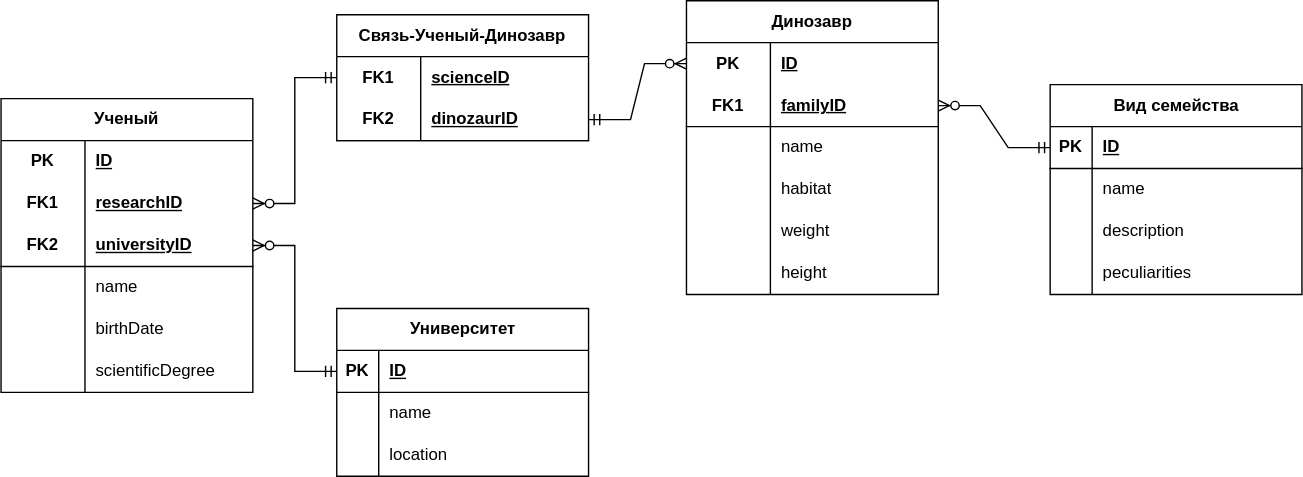
This is DataScience/lab1/bd.drawio.svg from yargames1/ITMO, a draw.io export, as it was before one commit. Source tidied: cells renumbered, new cells last; positions are measured from the earlier drawing's top-left corner, leaving out a move shared by most shapes.
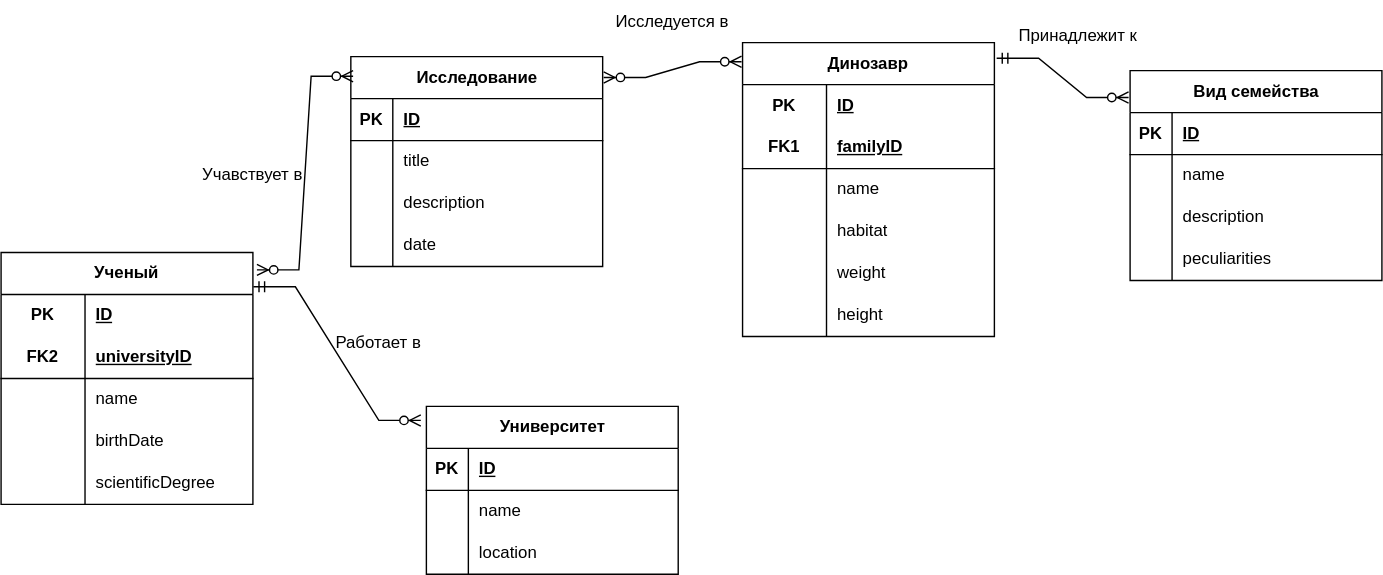
Later version of the same file.

Diff of the diagram source:
```diff
@@ -3,7 +3,7 @@
     <mxCell id="0" />
     <mxCell id="1" parent="0" />
     <mxCell id="2" value="Университет" style="shape=table;startSize=30;rowLines=0;fontStyle=1;align=center;html=1;" parent="1" vertex="1">
-      <mxGeometry x="240" y="220" width="180" height="120" as="geometry" />
+      <mxGeometry x="294" y="290" width="180" height="120" as="geometry" />
     </mxCell>
     <mxCell id="3" style="shape=tableRow;horizontal=0;startSize=0;swimlaneHead=0;swimlaneBody=0;fillColor=none;points=[[0,0.5],[1,0.5]];portConstraint=eastwest;top=0;left=0;right=0;bottom=1;" parent="2" vertex="1">
       <mxGeometry y="30" width="180" height="30" as="geometry" />
@@ -33,7 +33,7 @@
       <mxGeometry x="30" width="150" height="30" as="geometry" />
     </mxCell>
     <mxCell id="12" value="&lt;span style=&quot;text-wrap-mode: nowrap;&quot;&gt;Ученый&lt;/span&gt;" style="shape=table;startSize=30;rowLines=0;fontStyle=1;align=center;html=1;whiteSpace=wrap;" parent="1" vertex="1">
-      <mxGeometry y="70" width="180" height="210" as="geometry" />
+      <mxGeometry x="-10" y="180" width="180" height="180" as="geometry" />
     </mxCell>
     <mxCell id="13" style="shape=tableRow;horizontal=0;startSize=0;swimlaneHead=0;swimlaneBody=0;fillColor=none;top=0;left=0;right=0;bottom=0;html=1;" parent="12" vertex="1">
       <mxGeometry y="30" width="180" height="30" as="geometry" />
@@ -44,17 +44,8 @@
     <mxCell id="15" value="ID" style="shape=partialRectangle;fillColor=none;top=0;left=0;bottom=0;right=0;align=left;spacingLeft=6;fontStyle=5;overflow=hidden;html=1;whiteSpace=wrap;" parent="13" vertex="1">
       <mxGeometry x="60" width="120" height="30" as="geometry" />
     </mxCell>
-    <mxCell id="16" style="shape=tableRow;horizontal=0;startSize=0;swimlaneHead=0;swimlaneBody=0;fillColor=none;points=[[0,0.5],[1,0.5]];portConstraint=eastwest;top=0;left=0;right=0;bottom=0;html=1;" parent="12" vertex="1">
-      <mxGeometry y="60" width="180" height="30" as="geometry" />
-    </mxCell>
-    <mxCell id="17" value="FK1" style="shape=partialRectangle;fillColor=none;top=0;left=0;bottom=0;right=0;fontStyle=1;overflow=hidden;html=1;whiteSpace=wrap;" parent="16" vertex="1">
-      <mxGeometry width="60" height="30" as="geometry" />
-    </mxCell>
-    <mxCell id="18" value="researchID" style="shape=partialRectangle;fillColor=none;top=0;left=0;bottom=0;right=0;align=left;spacingLeft=6;fontStyle=5;overflow=hidden;html=1;whiteSpace=wrap;" parent="16" vertex="1">
-      <mxGeometry x="60" width="120" height="30" as="geometry" />
-    </mxCell>
     <mxCell id="19" style="shape=tableRow;horizontal=0;startSize=0;swimlaneHead=0;swimlaneBody=0;fillColor=none;points=[[0,0.5],[1,0.5]];portConstraint=eastwest;top=0;left=0;right=0;bottom=1;html=1;" parent="12" vertex="1">
-      <mxGeometry y="90" width="180" height="30" as="geometry" />
+      <mxGeometry y="60" width="180" height="30" as="geometry" />
     </mxCell>
     <mxCell id="20" value="FK2" style="shape=partialRectangle;fillColor=none;top=0;left=0;bottom=0;right=0;fontStyle=1;overflow=hidden;html=1;whiteSpace=wrap;" parent="19" vertex="1">
       <mxGeometry width="60" height="30" as="geometry" />
@@ -63,7 +54,7 @@
       <mxGeometry x="60" width="120" height="30" as="geometry" />
     </mxCell>
     <mxCell id="22" style="shape=tableRow;horizontal=0;startSize=0;swimlaneHead=0;swimlaneBody=0;fillColor=none;top=0;left=0;right=0;bottom=0;html=1;" parent="12" vertex="1">
-      <mxGeometry y="120" width="180" height="30" as="geometry" />
+      <mxGeometry y="90" width="180" height="30" as="geometry" />
     </mxCell>
     <mxCell id="23" style="shape=partialRectangle;fillColor=none;top=0;left=0;bottom=0;right=0;overflow=hidden;html=1;whiteSpace=wrap;" parent="22" vertex="1">
       <mxGeometry width="60" height="30" as="geometry" />
@@ -72,7 +63,7 @@
       <mxGeometry x="60" width="120" height="30" as="geometry" />
     </mxCell>
     <mxCell id="25" style="shape=tableRow;horizontal=0;startSize=0;swimlaneHead=0;swimlaneBody=0;fillColor=none;top=0;left=0;right=0;bottom=0;html=1;" parent="12" vertex="1">
-      <mxGeometry y="150" width="180" height="30" as="geometry" />
+      <mxGeometry y="120" width="180" height="30" as="geometry" />
     </mxCell>
     <mxCell id="26" style="shape=partialRectangle;fillColor=none;top=0;left=0;bottom=0;right=0;overflow=hidden;html=1;whiteSpace=wrap;" parent="25" vertex="1">
       <mxGeometry width="60" height="30" as="geometry" />
@@ -81,7 +72,7 @@
       <mxGeometry x="60" width="120" height="30" as="geometry" />
     </mxCell>
     <mxCell id="28" style="shape=tableRow;horizontal=0;startSize=0;swimlaneHead=0;swimlaneBody=0;fillColor=none;top=0;left=0;right=0;bottom=0;html=1;" parent="12" vertex="1">
-      <mxGeometry y="180" width="180" height="30" as="geometry" />
+      <mxGeometry y="150" width="180" height="30" as="geometry" />
     </mxCell>
     <mxCell id="29" style="shape=partialRectangle;fillColor=none;top=0;left=0;bottom=0;right=0;overflow=hidden;html=1;whiteSpace=wrap;" parent="28" vertex="1">
       <mxGeometry width="60" height="30" as="geometry" />
@@ -89,18 +80,8 @@
     <mxCell id="30" value="scientificDegree" style="shape=partialRectangle;fillColor=none;top=0;left=0;bottom=0;right=0;align=left;spacingLeft=6;overflow=hidden;html=1;whiteSpace=wrap;" parent="28" vertex="1">
       <mxGeometry x="60" width="120" height="30" as="geometry" />
     </mxCell>
-    <mxCell id="31" style="edgeStyle=entityRelationEdgeStyle;fontSize=12;html=1;endArrow=ERzeroToMany;startArrow=ERmandOne;rounded=0;entryX=1;entryY=0.5;entryDx=0;entryDy=0;exitX=0;exitY=0.5;exitDx=0;exitDy=0;" parent="1" edge="1" source="3" target="19">
-      <mxGeometry relative="1" as="geometry">
-        <Array as="points">
-          <mxPoint x="250" y="220" />
-        </Array>
-      </mxGeometry>
-    </mxCell>
-    <mxCell id="32" style="edgeStyle=entityRelationEdgeStyle;fontSize=12;html=1;endArrow=ERzeroToMany;startArrow=ERmandOne;rounded=0;exitX=0;exitY=0.5;exitDx=0;exitDy=0;entryX=1;entryY=0.5;entryDx=0;entryDy=0;" parent="1" edge="1" source="68" target="16">
-      <mxGeometry relative="1" as="geometry" />
-    </mxCell>
     <mxCell id="33" value="Динозавр" style="shape=table;startSize=30;rowLines=0;fontStyle=1;align=center;html=1;whiteSpace=wrap;" parent="1" vertex="1">
-      <mxGeometry x="490" width="180" height="210" as="geometry" />
+      <mxGeometry x="520" y="30" width="180" height="210" as="geometry" />
     </mxCell>
     <mxCell id="34" style="shape=tableRow;horizontal=0;startSize=0;swimlaneHead=0;swimlaneBody=0;fillColor=none;points=[[0,0.5],[1,0.5]];portConstraint=eastwest;top=0;left=0;right=0;bottom=0;html=1;" parent="33" vertex="1">
       <mxGeometry y="30" width="180" height="30" as="geometry" />
@@ -157,7 +138,7 @@
       <mxGeometry x="60" width="120" height="30" as="geometry" />
     </mxCell>
     <mxCell id="52" value="Вид семейства" style="shape=table;startSize=30;rowLines=0;fontStyle=1;align=center;html=1;" parent="1" vertex="1">
-      <mxGeometry x="750" y="60" width="180" height="150" as="geometry" />
+      <mxGeometry x="797" y="50" width="180" height="150" as="geometry" />
     </mxCell>
     <mxCell id="53" style="shape=tableRow;horizontal=0;startSize=0;swimlaneHead=0;swimlaneBody=0;fillColor=none;points=[[0,0.5],[1,0.5]];portConstraint=eastwest;top=0;left=0;right=0;bottom=1;" parent="52" vertex="1">
       <mxGeometry y="30" width="180" height="30" as="geometry" />
@@ -195,37 +176,70 @@
     <mxCell id="64" value="peculiarities" style="shape=partialRectangle;fillColor=none;top=0;left=0;bottom=0;right=0;align=left;spacingLeft=6;overflow=hidden;whiteSpace=wrap;html=1;" parent="62" vertex="1">
       <mxGeometry x="30" width="150" height="30" as="geometry" />
     </mxCell>
-    <mxCell id="65" style="edgeStyle=entityRelationEdgeStyle;fontSize=12;html=1;endArrow=ERzeroToMany;startArrow=ERmandOne;rounded=0;exitX=1;exitY=0.5;exitDx=0;exitDy=0;entryX=0;entryY=0.5;entryDx=0;entryDy=0;" parent="1" edge="1" source="71" target="34">
-      <mxGeometry relative="1" as="geometry" />
-    </mxCell>
-    <mxCell id="66" style="edgeStyle=entityRelationEdgeStyle;fontSize=12;html=1;endArrow=ERzeroToMany;startArrow=ERmandOne;rounded=0;entryX=1;entryY=0.5;entryDx=0;entryDy=0;exitX=0;exitY=0.5;exitDx=0;exitDy=0;" parent="1" edge="1" source="53" target="37">
-      <mxGeometry relative="1" as="geometry">
-        <Array as="points">
-          <mxPoint x="380" y="460" />
-          <mxPoint x="590" y="150" />
-        </Array>
-      </mxGeometry>
-    </mxCell>
-    <mxCell id="67" value="Связь-Ученый-Динозавр" style="shape=table;startSize=30;rowLines=0;fontStyle=1;align=center;html=1;whiteSpace=wrap;" parent="1" vertex="1">
-      <mxGeometry x="240" y="10" width="180" height="90" as="geometry" />
-    </mxCell>
-    <mxCell id="68" style="shape=tableRow;horizontal=0;startSize=0;swimlaneHead=0;swimlaneBody=0;fillColor=none;points=[[0,0.5],[1,0.5]];portConstraint=eastwest;top=0;left=0;right=0;bottom=0;html=1;" parent="67" vertex="1">
-      <mxGeometry y="30" width="180" height="30" as="geometry" />
-    </mxCell>
-    <mxCell id="69" value="FK1" style="shape=partialRectangle;fillColor=none;top=0;left=0;bottom=0;right=0;fontStyle=1;overflow=hidden;html=1;whiteSpace=wrap;" parent="68" vertex="1">
-      <mxGeometry width="60" height="30" as="geometry" />
-    </mxCell>
-    <mxCell id="70" value="scienceID" style="shape=partialRectangle;fillColor=none;top=0;left=0;bottom=0;right=0;align=left;spacingLeft=6;fontStyle=5;overflow=hidden;html=1;whiteSpace=wrap;" parent="68" vertex="1">
-      <mxGeometry x="60" width="120" height="30" as="geometry" />
-    </mxCell>
-    <mxCell id="71" style="shape=tableRow;horizontal=0;startSize=0;swimlaneHead=0;swimlaneBody=0;fillColor=none;points=[[0,0.5],[1,0.5]];portConstraint=eastwest;top=0;left=0;right=0;bottom=1;html=1;" parent="67" vertex="1">
-      <mxGeometry y="60" width="180" height="30" as="geometry" />
-    </mxCell>
-    <mxCell id="72" value="FK2" style="shape=partialRectangle;fillColor=none;top=0;left=0;bottom=0;right=0;fontStyle=1;overflow=hidden;html=1;whiteSpace=wrap;" parent="71" vertex="1">
-      <mxGeometry width="60" height="30" as="geometry" />
-    </mxCell>
-    <mxCell id="73" value="dinozaurID" style="shape=partialRectangle;fillColor=none;top=0;left=0;bottom=0;right=0;align=left;spacingLeft=6;fontStyle=5;overflow=hidden;html=1;whiteSpace=wrap;" parent="71" vertex="1">
-      <mxGeometry x="60" width="120" height="30" as="geometry" />
-    </mxCell>
+    <mxCell id="74" value="Исследование" style="shape=table;startSize=30;rowLines=0;fontStyle=1;align=center;html=1;" parent="1" vertex="1">
+      <mxGeometry x="240" y="40" width="180" height="150" as="geometry" />
+    </mxCell>
+    <mxCell id="75" style="shape=tableRow;horizontal=0;startSize=0;swimlaneHead=0;swimlaneBody=0;fillColor=none;top=0;left=0;right=0;bottom=1;" parent="74" vertex="1">
+      <mxGeometry y="30" width="180" height="30" as="geometry" />
+    </mxCell>
+    <mxCell id="76" value="PK" style="shape=partialRectangle;fillColor=none;top=0;left=0;bottom=0;right=0;fontStyle=1;overflow=hidden;whiteSpace=wrap;html=1;" parent="75" vertex="1">
+      <mxGeometry width="30" height="30" as="geometry" />
+    </mxCell>
+    <mxCell id="77" value="ID" style="shape=partialRectangle;fillColor=none;top=0;left=0;bottom=0;right=0;align=left;spacingLeft=6;fontStyle=5;overflow=hidden;whiteSpace=wrap;html=1;" parent="75" vertex="1">
+      <mxGeometry x="30" width="150" height="30" as="geometry" />
+    </mxCell>
+    <mxCell id="78" style="shape=tableRow;horizontal=0;startSize=0;swimlaneHead=0;swimlaneBody=0;fillColor=none;top=0;left=0;right=0;bottom=0;" parent="74" vertex="1">
+      <mxGeometry y="60" width="180" height="30" as="geometry" />
+    </mxCell>
+    <mxCell id="79" style="shape=partialRectangle;fillColor=none;top=0;left=0;bottom=0;right=0;overflow=hidden;whiteSpace=wrap;html=1;" parent="78" vertex="1">
+      <mxGeometry width="30" height="30" as="geometry" />
+    </mxCell>
+    <mxCell id="80" value="title" style="shape=partialRectangle;fillColor=none;top=0;left=0;bottom=0;right=0;align=left;spacingLeft=6;overflow=hidden;whiteSpace=wrap;html=1;" parent="78" vertex="1">
+      <mxGeometry x="30" width="150" height="30" as="geometry" />
+    </mxCell>
+    <mxCell id="81" style="shape=tableRow;horizontal=0;startSize=0;swimlaneHead=0;swimlaneBody=0;fillColor=none;top=0;left=0;right=0;bottom=0;" parent="74" vertex="1">
+      <mxGeometry y="90" width="180" height="30" as="geometry" />
+    </mxCell>
+    <mxCell id="82" style="shape=partialRectangle;fillColor=none;top=0;left=0;bottom=0;right=0;overflow=hidden;whiteSpace=wrap;html=1;" parent="81" vertex="1">
+      <mxGeometry width="30" height="30" as="geometry" />
+    </mxCell>
+    <mxCell id="83" value="description" style="shape=partialRectangle;fillColor=none;top=0;left=0;bottom=0;right=0;align=left;spacingLeft=6;overflow=hidden;whiteSpace=wrap;html=1;" parent="81" vertex="1">
+      <mxGeometry x="30" width="150" height="30" as="geometry" />
+    </mxCell>
+    <mxCell id="84" style="shape=tableRow;horizontal=0;startSize=0;swimlaneHead=0;swimlaneBody=0;fillColor=none;top=0;left=0;right=0;bottom=0;" parent="74" vertex="1">
+      <mxGeometry y="120" width="180" height="30" as="geometry" />
+    </mxCell>
+    <mxCell id="85" style="shape=partialRectangle;fillColor=none;top=0;left=0;bottom=0;right=0;overflow=hidden;whiteSpace=wrap;html=1;" parent="84" vertex="1">
+      <mxGeometry width="30" height="30" as="geometry" />
+    </mxCell>
+    <mxCell id="86" value="date" style="shape=partialRectangle;fillColor=none;top=0;left=0;bottom=0;right=0;align=left;spacingLeft=6;overflow=hidden;whiteSpace=wrap;html=1;" parent="84" vertex="1">
+      <mxGeometry x="30" width="150" height="30" as="geometry" />
+    </mxCell>
+    <mxCell id="87" style="edgeStyle=entityRelationEdgeStyle;fontSize=12;html=1;endArrow=ERzeroToMany;endFill=1;startArrow=ERzeroToMany;rounded=0;exitX=1.016;exitY=0.069;exitDx=0;exitDy=0;exitPerimeter=0;entryX=0.009;entryY=0.093;entryDx=0;entryDy=0;entryPerimeter=0;" parent="1" edge="1" source="12" target="74">
+      <mxGeometry relative="1" as="geometry" />
+    </mxCell>
+    <mxCell id="88" style="edgeStyle=entityRelationEdgeStyle;fontSize=12;html=1;endArrow=ERzeroToMany;endFill=1;startArrow=ERzeroToMany;rounded=0;exitX=1.004;exitY=0.099;exitDx=0;exitDy=0;exitPerimeter=0;entryX=-0.004;entryY=0.065;entryDx=0;entryDy=0;entryPerimeter=0;" parent="1" edge="1" source="74" target="33">
+      <mxGeometry relative="1" as="geometry" />
+    </mxCell>
+    <mxCell id="89" style="edgeStyle=entityRelationEdgeStyle;fontSize=12;html=1;endArrow=ERzeroToMany;startArrow=ERmandOne;rounded=0;exitX=1.009;exitY=0.053;exitDx=0;exitDy=0;exitPerimeter=0;entryX=-0.006;entryY=0.128;entryDx=0;entryDy=0;entryPerimeter=0;" parent="1" edge="1" source="33" target="52">
+      <mxGeometry relative="1" as="geometry" />
+    </mxCell>
+    <mxCell id="90" style="edgeStyle=entityRelationEdgeStyle;fontSize=12;html=1;endArrow=ERzeroToMany;startArrow=ERmandOne;rounded=0;exitX=1.002;exitY=0.136;exitDx=0;exitDy=0;exitPerimeter=0;" parent="1" edge="1" source="12">
+      <mxGeometry relative="1" as="geometry">
+        <mxPoint x="290" y="300" as="targetPoint" />
+      </mxGeometry>
+    </mxCell>
+    <mxCell id="91" value="Работает в" style="text;html=1;align=center;verticalAlign=middle;whiteSpace=wrap;rounded=0;" parent="1" vertex="1">
+      <mxGeometry x="220" y="230" width="80" height="30" as="geometry" />
+    </mxCell>
+    <mxCell id="92" value="Учавствует в" style="text;html=1;align=center;verticalAlign=middle;whiteSpace=wrap;rounded=0;" parent="1" vertex="1">
+      <mxGeometry x="130" y="110" width="80" height="30" as="geometry" />
+    </mxCell>
+    <mxCell id="93" value="Исследуется в" style="text;html=1;align=center;verticalAlign=middle;whiteSpace=wrap;rounded=0;" parent="1" vertex="1">
+      <mxGeometry x="420" width="100" height="30" as="geometry" />
+    </mxCell>
+    <mxCell id="94" value="Принадлежит к" style="text;html=1;align=center;verticalAlign=middle;whiteSpace=wrap;rounded=0;" parent="1" vertex="1">
+      <mxGeometry x="710" y="10" width="100" height="30" as="geometry" />
+    </mxCell>
   </root>
 </mxGraphModel>
```
